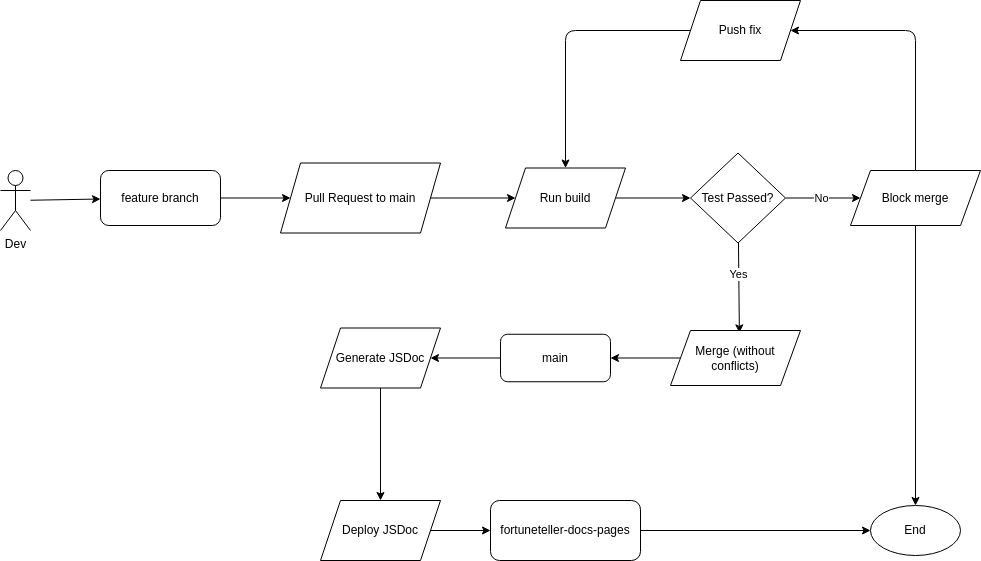
Before: admin/cipipeline/phase1.drawio.png, a diagram exported from draw.io (cse110-sp23-group15/cse110-sp23-group15). Source tidied: cells renumbered, new cells last; positions are measured from the earlier drawing's top-left corner, leaving out a move shared by most shapes.
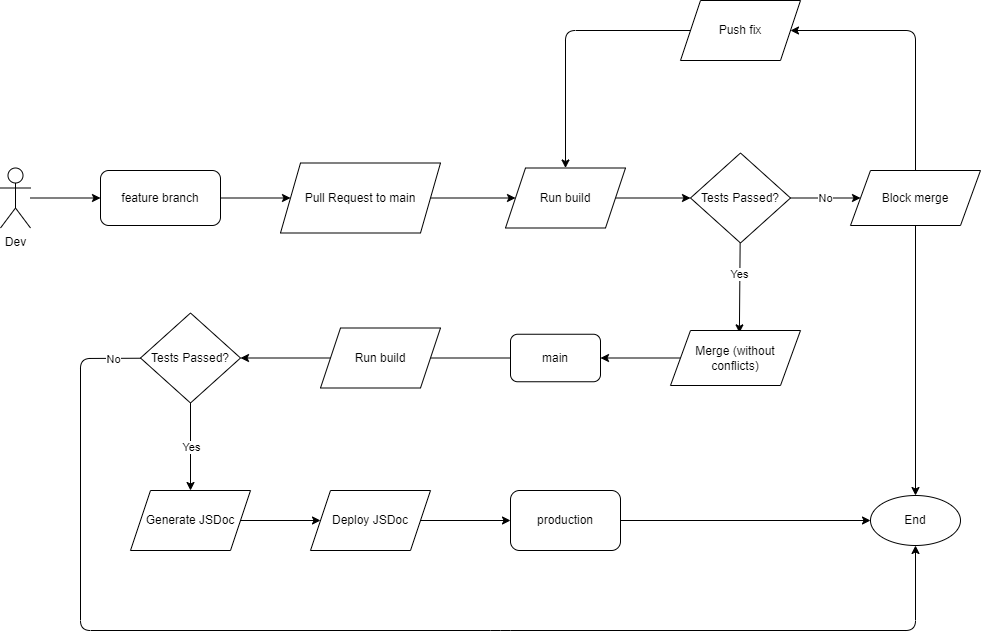
Later version of the same file.

Commit message:
Update cipipeline diagram

What changed in the source:
```diff
@@ -6,13 +6,18 @@
       <mxGeometry relative="1" as="geometry" />
     </mxCell>
     <mxCell id="3" value="Dev" style="shape=umlActor;verticalLabelPosition=bottom;verticalAlign=top;html=1;outlineConnect=0;" parent="1" vertex="1">
-      <mxGeometry y="170" width="30" height="60" as="geometry" />
+      <mxGeometry y="167.5" width="30" height="60" as="geometry" />
     </mxCell>
-    <mxCell id="4" style="edgeStyle=none;html=1;entryX=1;entryY=0.5;entryDx=0;entryDy=0;" parent="1" edge="1" source="5" target="17">
+    <mxCell id="4" style="edgeStyle=none;html=1;entryX=0.5;entryY=0;entryDx=0;entryDy=0;startArrow=none;" parent="1" edge="1" source="34" target="17">
       <mxGeometry relative="1" as="geometry" />
     </mxCell>
+    <mxCell id="31" value="Yes" style="edgeLabel;html=1;align=center;verticalAlign=middle;" parent="4" vertex="1">
+      <mxGeometry x="-0.33" relative="1" as="geometry">
+        <mxPoint y="15" as="offset" />
+      </mxGeometry>
+    </mxCell>
     <mxCell id="5" value="main" style="rounded=1;whiteSpace=wrap;html=1;" parent="1" vertex="1">
-      <mxGeometry x="500" y="333.8" width="110" height="47.5" as="geometry" />
+      <mxGeometry x="510" y="333.8" width="90" height="47.5" as="geometry" />
     </mxCell>
     <mxCell id="6" style="edgeStyle=none;html=1;entryX=0.53;entryY=0.043;entryDx=0;entryDy=0;entryPerimeter=0;" parent="1" edge="1" source="10" target="12">
       <mxGeometry relative="1" as="geometry" />
@@ -30,8 +35,8 @@
         <mxPoint x="11" y="1" as="offset" />
       </mxGeometry>
     </mxCell>
-    <mxCell id="10" value="Test Passed?" style="rhombus;whiteSpace=wrap;html=1;" parent="1" vertex="1">
-      <mxGeometry x="690" y="152.5" width="95" height="90" as="geometry" />
+    <mxCell id="10" value="Tests Passed?" style="rhombus;whiteSpace=wrap;html=1;" parent="1" vertex="1">
+      <mxGeometry x="690" y="152.5" width="100" height="90" as="geometry" />
     </mxCell>
     <mxCell id="11" style="edgeStyle=none;html=1;entryX=1;entryY=0.5;entryDx=0;entryDy=0;" parent="1" edge="1" source="12" target="5">
       <mxGeometry relative="1" as="geometry" />
@@ -56,16 +61,16 @@
       <mxGeometry relative="1" as="geometry" />
     </mxCell>
     <mxCell id="17" value="Generate JSDoc" style="shape=parallelogram;perimeter=parallelogramPerimeter;whiteSpace=wrap;html=1;fixedSize=1;" parent="1" vertex="1">
-      <mxGeometry x="320" y="327.5" width="120" height="60" as="geometry" />
+      <mxGeometry x="130" y="490" width="120" height="60" as="geometry" />
     </mxCell>
     <mxCell id="18" style="edgeStyle=none;html=1;entryX=0;entryY=0.5;entryDx=0;entryDy=0;" parent="1" edge="1" source="19" target="30">
       <mxGeometry relative="1" as="geometry" />
     </mxCell>
     <mxCell id="19" value="Deploy JSDoc" style="shape=parallelogram;perimeter=parallelogramPerimeter;whiteSpace=wrap;html=1;fixedSize=1;" parent="1" vertex="1">
-      <mxGeometry x="320" y="500" width="120" height="60" as="geometry" />
+      <mxGeometry x="310" y="490" width="120" height="60" as="geometry" />
     </mxCell>
     <mxCell id="20" value="End" style="ellipse;whiteSpace=wrap;html=1;" parent="1" vertex="1">
-      <mxGeometry x="870" y="505" width="90" height="50" as="geometry" />
+      <mxGeometry x="870" y="495" width="90" height="50" as="geometry" />
     </mxCell>
     <mxCell id="21" style="edgeStyle=none;html=1;" parent="1" edge="1" source="22" target="24">
       <mxGeometry relative="1" as="geometry" />
@@ -98,8 +103,35 @@
     <mxCell id="29" style="edgeStyle=none;html=1;" parent="1" edge="1" source="30" target="20">
       <mxGeometry relative="1" as="geometry" />
     </mxCell>
-    <mxCell id="30" value="fortuneteller-docs-pages" style="rounded=1;whiteSpace=wrap;html=1;" parent="1" vertex="1">
-      <mxGeometry x="490" y="500" width="150" height="60" as="geometry" />
+    <mxCell id="30" value="production" style="rounded=1;whiteSpace=wrap;html=1;" parent="1" vertex="1">
+      <mxGeometry x="510" y="490" width="110" height="60" as="geometry" />
     </mxCell>
+    <mxCell id="32" style="edgeStyle=none;html=1;entryX=0.5;entryY=1;entryDx=0;entryDy=0;" parent="1" edge="1" source="34" target="20">
+      <mxGeometry relative="1" as="geometry">
+        <Array as="points">
+          <mxPoint x="80" y="358" />
+          <mxPoint x="80" y="630" />
+          <mxPoint x="500" y="630" />
+          <mxPoint x="915" y="630" />
+        </Array>
+      </mxGeometry>
+    </mxCell>
+    <mxCell id="33" value="No" style="edgeLabel;html=1;align=center;verticalAlign=middle;" parent="32" vertex="1">
+      <mxGeometry x="-0.25" relative="1" as="geometry">
+        <mxPoint x="-103" y="-272" as="offset" />
+      </mxGeometry>
+    </mxCell>
+    <mxCell id="34" value="Tests Passed?" style="rhombus;whiteSpace=wrap;html=1;" parent="1" vertex="1">
+      <mxGeometry x="140" y="312.5" width="100" height="90" as="geometry" />
+    </mxCell>
+    <mxCell id="35" style="edgeStyle=none;html=1;entryX=1;entryY=0.5;entryDx=0;entryDy=0;endArrow=none;" parent="1" edge="1" source="5" target="37">
+      <mxGeometry relative="1" as="geometry" />
+    </mxCell>
+    <mxCell id="36" style="edgeStyle=none;html=1;" parent="1" edge="1" source="37" target="34">
+      <mxGeometry relative="1" as="geometry" />
+    </mxCell>
+    <mxCell id="37" value="Run build" style="shape=parallelogram;perimeter=parallelogramPerimeter;whiteSpace=wrap;html=1;fixedSize=1;" parent="1" vertex="1">
+      <mxGeometry x="320" y="327.5" width="120" height="60" as="geometry" />
+    </mxCell>
   </root>
 </mxGraphModel>
```
